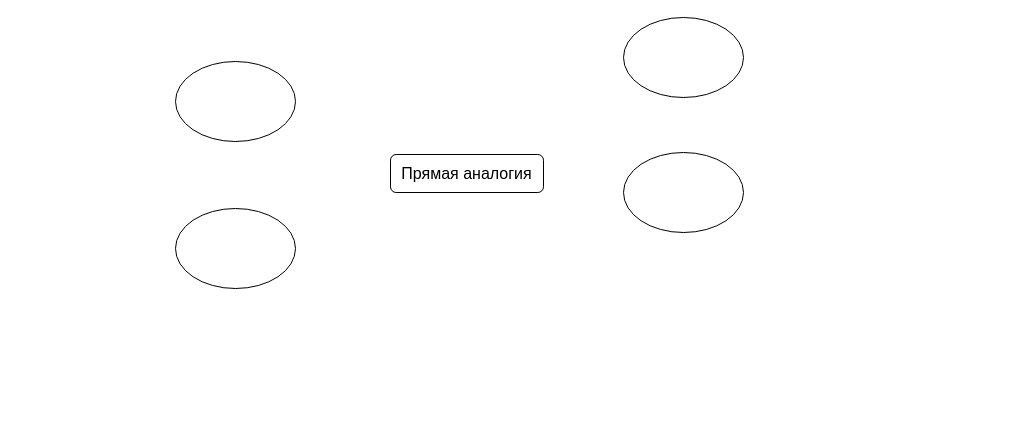
Before: Диаграмма без названия.drawio in Hodos4/DZ-BD, a draw.io diagram. Source tidied: cells renumbered, new cells numbered last; positions are measured from the earlier drawing's top-left corner, leaving out a move shared by most shapes. Both pictures are drawn from the tidied source at 100%, with x=0, y=0 at pixel (175, 17). Pictures stored in the file or linked from it are replaced by grey dashed boxes.
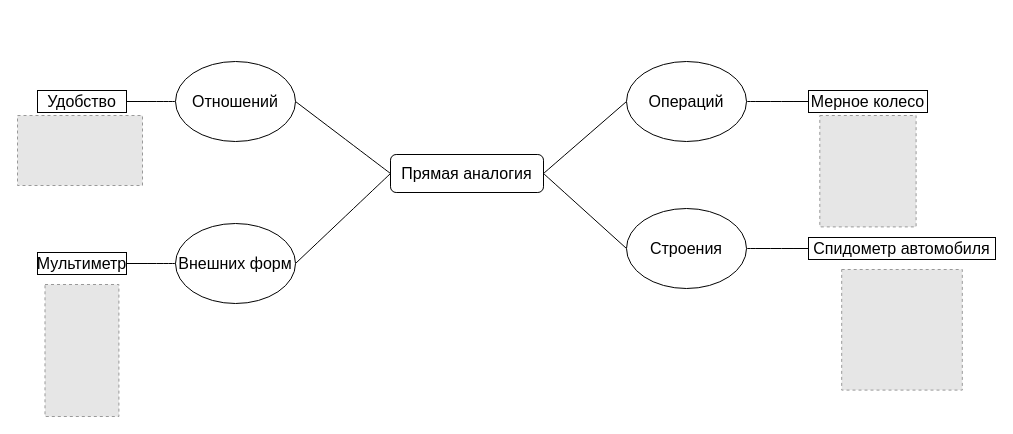
After the change.

The change refers to these unchanged cells:
```xml
<mxCell id="2" value="Прямая аналогия" style="rounded=1;whiteSpace=wrap;html=1;fontSize=16;" parent="1" vertex="1">
  <mxGeometry x="215" y="137" width="153" height="38" as="geometry" />
</mxCell>
```

What changed in the source:
```diff
@@
+    <mxCell id="7" style="edgeStyle=none;curved=1;rounded=0;jettySize=auto;html=1;exitX=0;exitY=0.5;exitDx=0;exitDy=0;entryX=1;entryY=0.5;entryDx=0;entryDy=0;fontSize=12;startSize=8;endSize=8;endArrow=none;endFill=0;" parent="1" edge="1" source="2" target="5">
+      <mxGeometry relative="1" as="geometry" />
+    </mxCell>
+    <mxCell id="8" style="edgeStyle=none;curved=1;rounded=0;jettySize=auto;html=1;exitX=0;exitY=0.5;exitDx=0;exitDy=0;entryX=1;entryY=0.5;entryDx=0;entryDy=0;fontSize=12;startSize=8;endSize=8;endArrow=none;endFill=0;" parent="1" edge="1" source="2" target="4">
+      <mxGeometry relative="1" as="geometry" />
+    </mxCell>
+    <mxCell id="9" style="edgeStyle=none;curved=1;rounded=0;jettySize=auto;html=1;exitX=1;exitY=0.5;exitDx=0;exitDy=0;entryX=0;entryY=0.5;entryDx=0;entryDy=0;fontSize=12;startSize=8;endSize=8;endArrow=none;endFill=0;" parent="1" edge="1" source="2" target="6">
+      <mxGeometry relative="1" as="geometry" />
+    </mxCell>
+    <mxCell id="10" style="edgeStyle=none;curved=1;rounded=0;jettySize=auto;html=1;exitX=1;exitY=0.5;exitDx=0;exitDy=0;entryX=0;entryY=0.5;entryDx=0;entryDy=0;fontSize=12;startSize=8;endSize=8;endArrow=none;endFill=0;" parent="1" edge="1" source="2" target="3">
+      <mxGeometry relative="1" as="geometry" />
+    </mxCell>
@@
+    <mxCell id="11" style="edgeStyle=none;curved=1;rounded=0;jettySize=auto;html=1;exitX=1;exitY=0.5;exitDx=0;exitDy=0;entryX=0;entryY=0.5;entryDx=0;entryDy=0;fontSize=12;endArrow=none;endFill=0;startSize=8;endSize=8;" parent="1" edge="1" source="3" target="19">
+      <mxGeometry relative="1" as="geometry" />
+    </mxCell>
-    <mxCell id="3" style="ellipse;whiteSpace=wrap;html=1;fontSize=16;" parent="1" vertex="1">
-      <mxGeometry x="448" y="135" width="120" height="80" as="geometry" />
+    <mxCell id="3" value="Строения" style="ellipse;whiteSpace=wrap;html=1;fontSize=16;" parent="1" vertex="1">
+      <mxGeometry x="451" y="191" width="120" height="80" as="geometry" />
     </mxCell>
-    <mxCell id="4" style="ellipse;whiteSpace=wrap;html=1;fontSize=16;" parent="1" vertex="1">
-      <mxGeometry y="191" width="120" height="80" as="geometry" />
+    <mxCell id="4" value="Внешних форм" style="ellipse;whiteSpace=wrap;html=1;fontSize=16;" parent="1" vertex="1">
+      <mxGeometry y="206" width="120" height="80" as="geometry" />
     </mxCell>
+    <mxCell id="12" style="edgeStyle=none;curved=1;rounded=0;jettySize=auto;html=1;exitX=0;exitY=0.5;exitDx=0;exitDy=0;entryX=1;entryY=0.5;entryDx=0;entryDy=0;fontSize=12;startSize=8;endSize=8;endArrow=none;endFill=0;" parent="1" edge="1" source="5" target="14">
+      <mxGeometry relative="1" as="geometry" />
+    </mxCell>
-    <mxCell id="5" style="ellipse;whiteSpace=wrap;html=1;fontSize=16;" parent="1" vertex="1">
+    <mxCell id="5" value="Отношений" style="ellipse;whiteSpace=wrap;html=1;fontSize=16;" parent="1" vertex="1">
       <mxGeometry y="44" width="120" height="80" as="geometry" />
     </mxCell>
+    <mxCell id="13" style="edgeStyle=none;curved=1;rounded=0;jettySize=auto;html=1;exitX=1;exitY=0.5;exitDx=0;exitDy=0;entryX=0;entryY=0.5;entryDx=0;entryDy=0;fontSize=12;endArrow=none;endFill=0;startSize=8;endSize=8;" parent="1" edge="1" source="6" target="20">
+      <mxGeometry relative="1" as="geometry" />
+    </mxCell>
-    <mxCell id="6" style="ellipse;whiteSpace=wrap;html=1;fontSize=16;" parent="1" vertex="1">
-      <mxGeometry x="448" width="120" height="80" as="geometry" />
+    <mxCell id="6" value="Операций" style="ellipse;whiteSpace=wrap;html=1;fontSize=16;" parent="1" vertex="1">
+      <mxGeometry x="451" y="44" width="120" height="80" as="geometry" />
     </mxCell>
+    <mxCell id="14" value="Удобство" style="rounded=0;whiteSpace=wrap;html=1;fontSize=16;" parent="1" vertex="1">
+      <mxGeometry x="-138" y="73" width="89" height="22" as="geometry" />
+    </mxCell>
+    <mxCell id="15" style="fillColor=#E6E6E6;strokeColor=#999999;dashed=1;verticalLabelPosition=bottom;labelBackgroundColor=default;verticalAlign=top;" parent="1" vertex="1">
+      <mxGeometry x="-158" y="98" width="125" height="70" as="geometry" />
+    </mxCell>
+    <mxCell id="16" style="edgeStyle=none;curved=1;rounded=0;jettySize=auto;html=1;exitX=0;exitY=0.5;exitDx=0;exitDy=0;entryX=1;entryY=0.5;entryDx=0;entryDy=0;fontSize=12;startSize=8;endSize=8;endArrow=none;endFill=0;" parent="1" edge="1" target="17">
+      <mxGeometry relative="1" as="geometry">
+        <mxPoint y="246" as="sourcePoint" />
+      </mxGeometry>
+    </mxCell>
+    <mxCell id="17" value="Мультиметр" style="rounded=0;whiteSpace=wrap;html=1;fontSize=16;" parent="1" vertex="1">
+      <mxGeometry x="-138" y="235" width="89" height="22" as="geometry" />
+    </mxCell>
+    <mxCell id="18" style="fillColor=#E6E6E6;strokeColor=#999999;dashed=1;verticalLabelPosition=bottom;labelBackgroundColor=default;verticalAlign=top;" parent="1" vertex="1">
+      <mxGeometry x="-130.5" y="267" width="73.9" height="132" as="geometry" />
+    </mxCell>
+    <mxCell id="19" value="Спидометр автомобиля" style="rounded=0;whiteSpace=wrap;html=1;fontSize=16;" parent="1" vertex="1">
+      <mxGeometry x="633" y="220" width="187" height="22" as="geometry" />
+    </mxCell>
+    <mxCell id="20" value="Мерное колесо" style="rounded=0;whiteSpace=wrap;html=1;fontSize=16;" parent="1" vertex="1">
+      <mxGeometry x="633" y="73" width="119" height="22" as="geometry" />
+    </mxCell>
+    <mxCell id="21" style="fillColor=#E6E6E6;strokeColor=#999999;dashed=1;verticalLabelPosition=bottom;labelBackgroundColor=default;verticalAlign=top;" parent="1" vertex="1">
+      <mxGeometry x="644.3" y="98" width="96.3" height="111.4" as="geometry" />
+    </mxCell>
+    <mxCell id="22" style="fillColor=#E6E6E6;strokeColor=#999999;dashed=1;verticalLabelPosition=bottom;labelBackgroundColor=default;verticalAlign=top;" parent="1" vertex="1">
+      <mxGeometry x="666.2" y="252" width="120.6" height="120.6" as="geometry" />
+    </mxCell>
```
